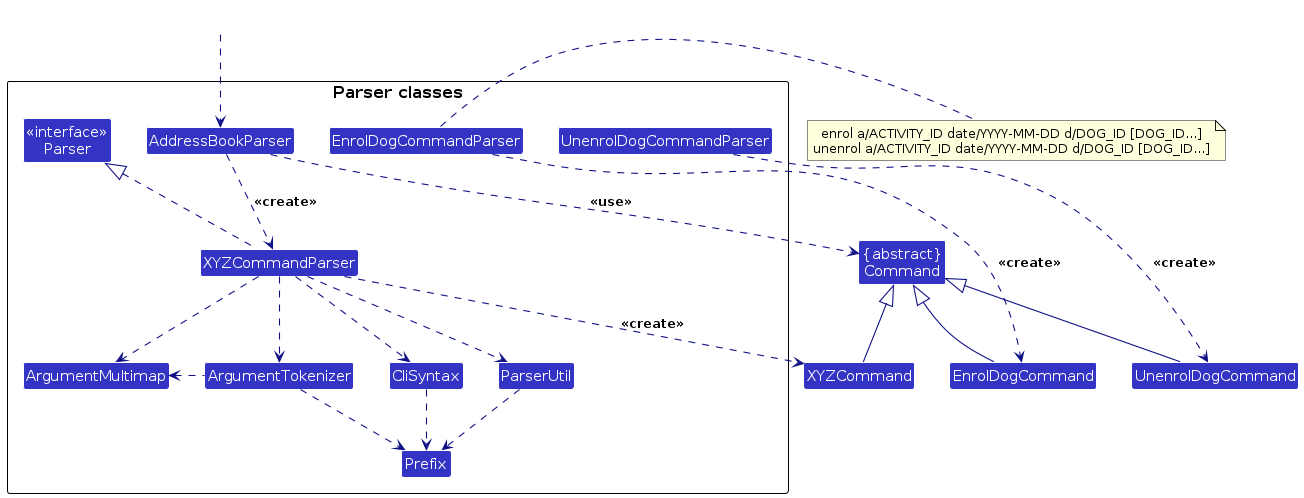
Before: diagrams/ParserClasses.png, a diagram exported from PlantUML (AY2627S1-CS2103T-T15-4/tp). Its source is kept beside it as diagrams/ParserClasses.puml.
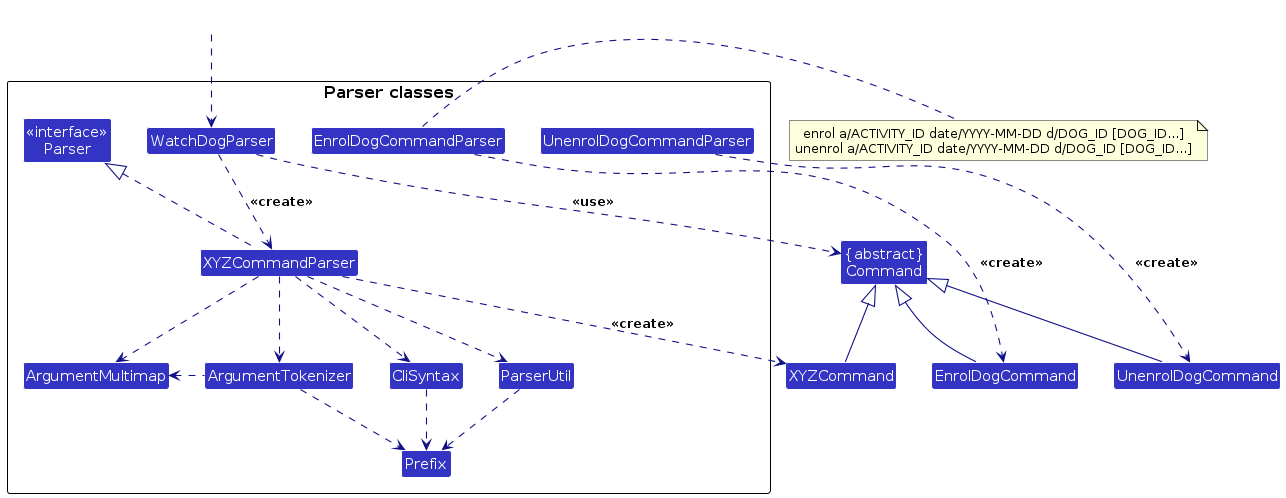
After the change.

The edit, as a diff of the source:
```diff
@@ -9,7 +9,7 @@
 
 package "Parser classes"{
 Class "<<interface>>\nParser" as Parser
-Class AddressBookParser
+Class WatchDogParser
 Class XYZCommandParser
 Class EnrolDogCommandParser
 Class UnenrolDogCommandParser
@@ -21,14 +21,14 @@
 }
 
 Class HiddenOutside #FFFFFF
-HiddenOutside ..> AddressBookParser
+HiddenOutside ..> WatchDogParser
 
-AddressBookParser .down.> XYZCommandParser: <<create>>
+WatchDogParser .down.> XYZCommandParser: <<create>>
 
 XYZCommandParser ..> XYZCommand : <<create>>
 EnrolDogCommandParser ..> EnrolDogCommand : <<create>>
 UnenrolDogCommandParser ..> UnenrolDogCommand : <<create>>
-AddressBookParser ..> Command : <<use>>
+WatchDogParser ..> Command : <<use>>
 XYZCommandParser .up.|> Parser
 XYZCommandParser ..> ArgumentMultimap
 XYZCommandParser ..> ArgumentTokenizer
```
